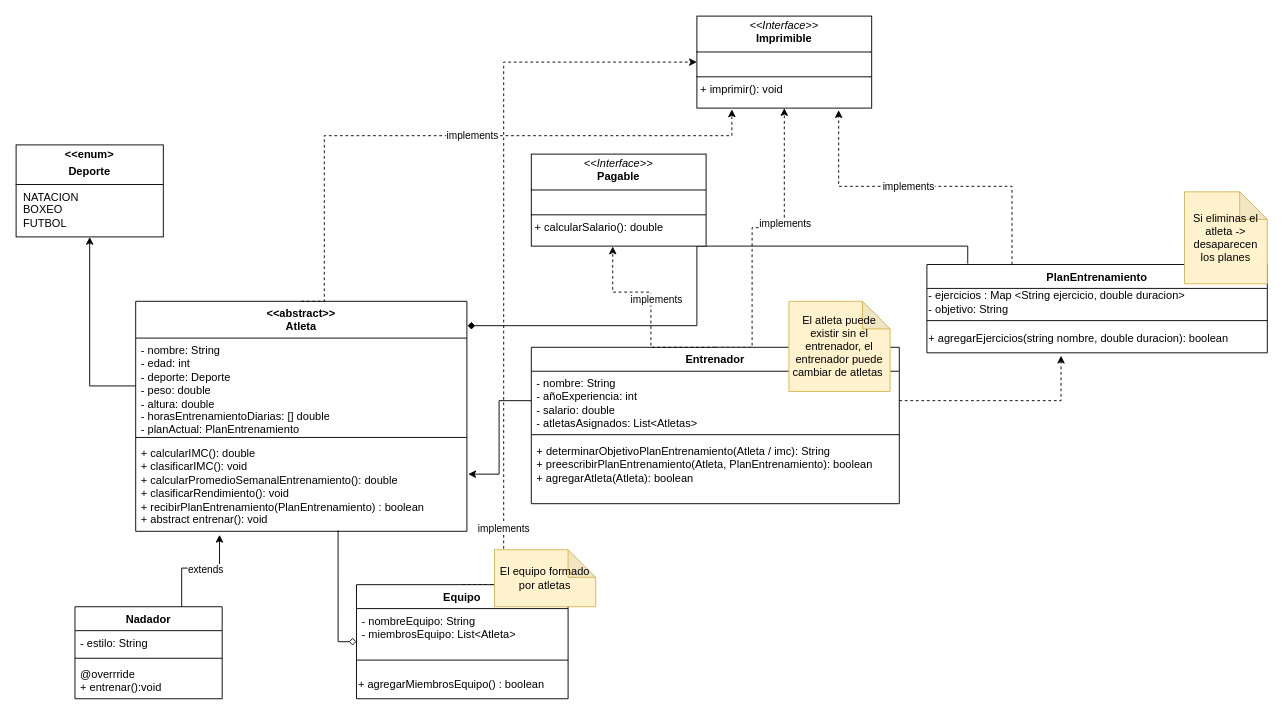
This is EjerciciosClases/GestionAtleta/diagramasUML/GestionAtleta.drawio from CesarOlmedoL/POO-2026, a draw.io file, before an edit. Source tidied: cells renumbered, new cells numbered last; positions are measured from the earlier drawing's top-left corner, leaving out a move shared by most shapes. Both pictures are drawn from the tidied source at 92%, with x=0, y=0 at pixel (16, 16).
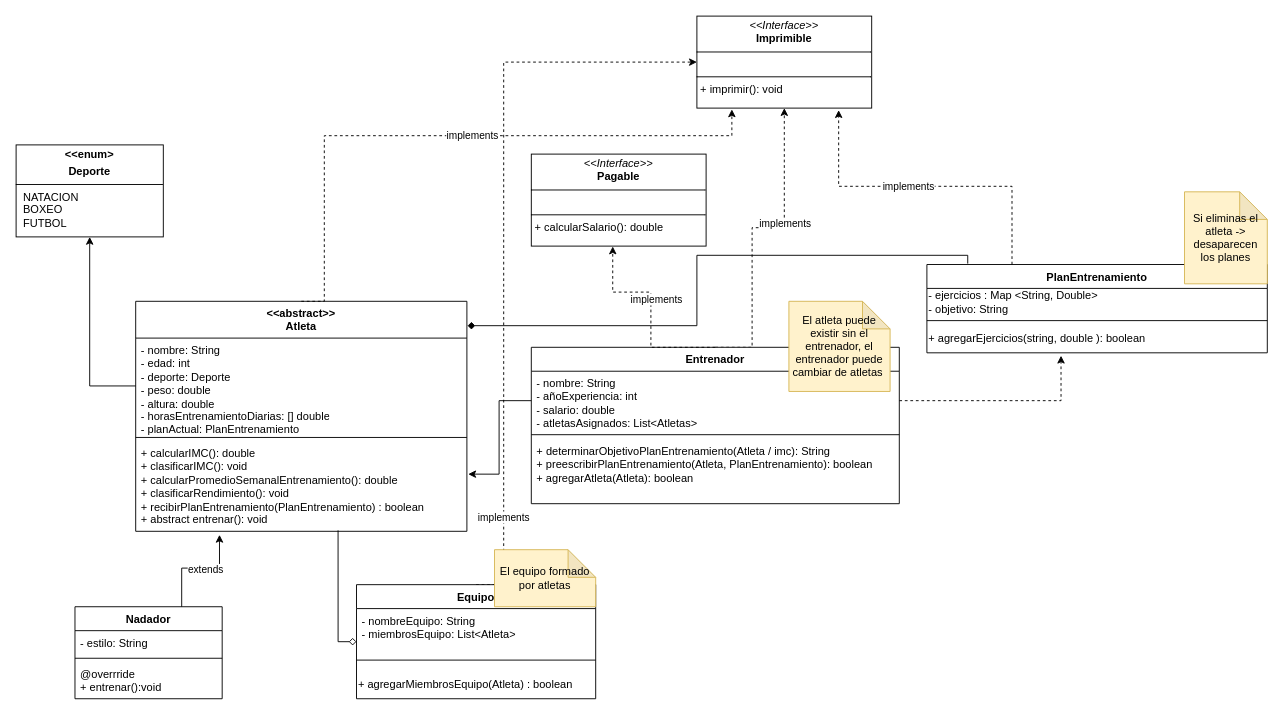
After the change.

Commit message:
docs: actualizar diagrama UML

The change refers to these unchanged cells:
```xml
<mxCell id="2" value="&lt;div&gt;&lt;span style=&quot;background-color: transparent; color: light-dark(rgb(0, 0, 0), rgb(255, 255, 255));&quot;&gt;&amp;lt;&amp;lt;abstract&amp;gt;&amp;gt;&lt;/span&gt;&lt;/div&gt;&lt;div&gt;&lt;span style=&quot;background-color: transparent; color: light-dark(rgb(0, 0, 0), rgb(255, 255, 255));&quot;&gt;Atleta&lt;/span&gt;&lt;/div&gt;" style="swimlane;fontStyle=1;align=center;verticalAlign=top;horizontal=1;startSize=40;whiteSpace=wrap;html=1;" parent="1" vertex="1">
  <mxGeometry x="130" y="310" width="360" height="250" as="geometry" />
</mxCell>
<mxCell id="22" value="PlanEntrenamiento" style="swimlane;fontStyle=1;align=center;verticalAlign=top;horizontal=1;startSize=26;whiteSpace=wrap;html=1;" parent="1" vertex="1">
  <mxGeometry x="990" y="270" width="370" height="96" as="geometry" />
</mxCell>
```

Change to the diagram source:
```diff
@@
-    <mxCell id="23" value="- ejercicios : Map &amp;lt;String ejercicio, double duracion&amp;gt;&amp;nbsp;&lt;div&gt;&lt;span style=&quot;background-color: transparent; color: light-dark(rgb(0, 0, 0), rgb(255, 255, 255));&quot;&gt;- objetivo: String&lt;/span&gt;&lt;/div&gt;" style="text;html=1;whiteSpace=wrap;strokeColor=none;fillColor=none;align=left;verticalAlign=middle;rounded=0;" parent="22" vertex="1">
+    <mxCell id="23" value="- ejercicios : Map &amp;lt;String, Double&amp;gt;&amp;nbsp;&lt;div&gt;&lt;span style=&quot;background-color: transparent; color: light-dark(rgb(0, 0, 0), rgb(255, 255, 255));&quot;&gt;- objetivo: String&lt;/span&gt;&lt;/div&gt;" style="text;html=1;whiteSpace=wrap;strokeColor=none;fillColor=none;align=left;verticalAlign=middle;rounded=0;" parent="22" vertex="1">
       <mxGeometry y="26" width="370" height="30" as="geometry" />
     </mxCell>
@@
-    <mxCell id="25" value="+ agregarEjercicios(string nombre, double duracion): boolean" style="text;html=1;whiteSpace=wrap;strokeColor=none;fillColor=none;align=left;verticalAlign=middle;rounded=0;" parent="22" vertex="1">
+    <mxCell id="25" value="+ agregarEjercicios(string, double ): boolean" style="text;html=1;whiteSpace=wrap;strokeColor=none;fillColor=none;align=left;verticalAlign=middle;rounded=0;" parent="22" vertex="1">
       <mxGeometry y="66" width="370" height="30" as="geometry" />
     </mxCell>
     <mxCell id="26" style="edgeStyle=orthogonalEdgeStyle;rounded=0;jettySize=auto;html=1;entryX=1.002;entryY=0.106;entryDx=0;entryDy=0;entryPerimeter=0;endArrow=diamond;endFill=1;exitX=0.12;exitY=-0.01;exitDx=0;exitDy=0;exitPerimeter=0;" parent="1" edge="1" source="22" target="2">
-      <mxGeometry relative="1" as="geometry" />
+      <mxGeometry relative="1" as="geometry">
+        <Array as="points">
+          <mxPoint x="1034" y="260" />
+          <mxPoint x="740" y="260" />
+          <mxPoint x="740" y="337" />
+        </Array>
+      </mxGeometry>
     </mxCell>
@@
     <mxCell id="31" value="Equipo" style="swimlane;fontStyle=1;align=center;verticalAlign=top;horizontal=1;startSize=26;whiteSpace=wrap;html=1;" parent="1" vertex="1">
-      <mxGeometry x="370" y="618" width="230" height="124" as="geometry" />
+      <mxGeometry x="370" y="618" width="260" height="124" as="geometry" />
     </mxCell>
     <mxCell id="32" value="&lt;div&gt;- nombreEquipo: String&lt;/div&gt;- miembrosEquipo: List&amp;lt;Atleta&amp;gt;" style="text;strokeColor=none;fillColor=none;align=left;verticalAlign=top;spacingLeft=4;spacingRight=4;overflow=hidden;whiteSpace=wrap;html=1;" parent="31" vertex="1">
-      <mxGeometry y="26" width="230" height="44" as="geometry" />
+      <mxGeometry y="26" width="260" height="44" as="geometry" />
     </mxCell>
     <mxCell id="33" style="line;strokeWidth=1;fillColor=none;align=left;verticalAlign=middle;spacingTop=-1;spacingLeft=3;spacingRight=3;labelPosition=right;strokeColor=inherit;" parent="31" vertex="1">
-      <mxGeometry y="70" width="230" height="24" as="geometry" />
+      <mxGeometry y="70" width="260" height="24" as="geometry" />
     </mxCell>
-    <mxCell id="34" value="+ agregarMiembrosEquipo() : boolean" style="text;html=1;whiteSpace=wrap;strokeColor=none;fillColor=none;align=left;verticalAlign=middle;rounded=0;" parent="31" vertex="1">
-      <mxGeometry y="94" width="230" height="30" as="geometry" />
+    <mxCell id="34" value="+ agregarMiembrosEquipo(Atleta) : boolean" style="text;html=1;whiteSpace=wrap;strokeColor=none;fillColor=none;align=left;verticalAlign=middle;rounded=0;" parent="31" vertex="1">
+      <mxGeometry y="94" width="260" height="30" as="geometry" />
     </mxCell>
```
